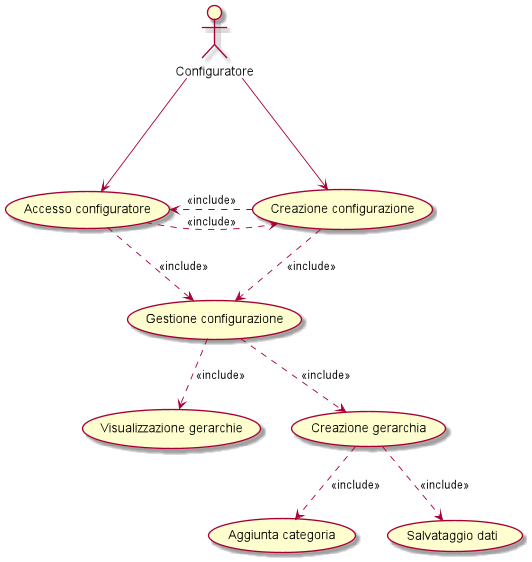
Earlier version of the PlantUML export doc/uml/version1/png/Use case diagram-Version 1.0.png (eletoo/inge_del_software).
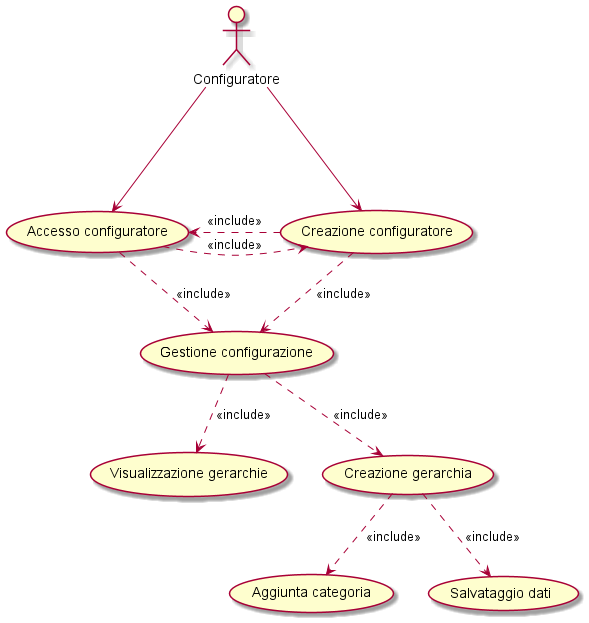
After the change.

Diff of the diagram source:
```diff
@@ -2,7 +2,7 @@
 
 :Configuratore: as Admin
 (Accesso configuratore) as (Use1)
-(Creazione configurazione) as (Use2)
+(Creazione configuratore) as (Use2)
 
 Admin ---> (Use1)
 Admin ---> (Use2)
```
